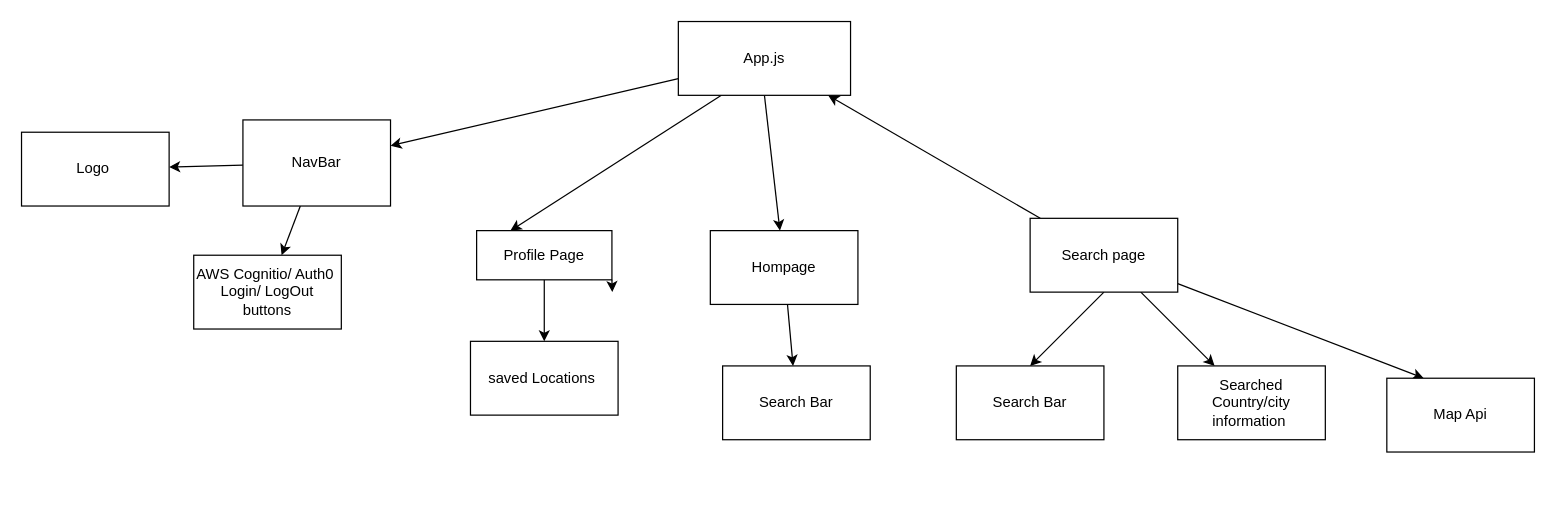
Above: componentTree.drawio in SchoolOfCode/final-project_front-end-jenga (draw.io), before the change. Source tidied: cells renumbered, new cells numbered last; positions are measured from the earlier drawing's top-left corner, leaving out a move shared by most shapes. Both pictures are drawn from the tidied source at 123%, with x=0, y=0 at pixel (21, 21).
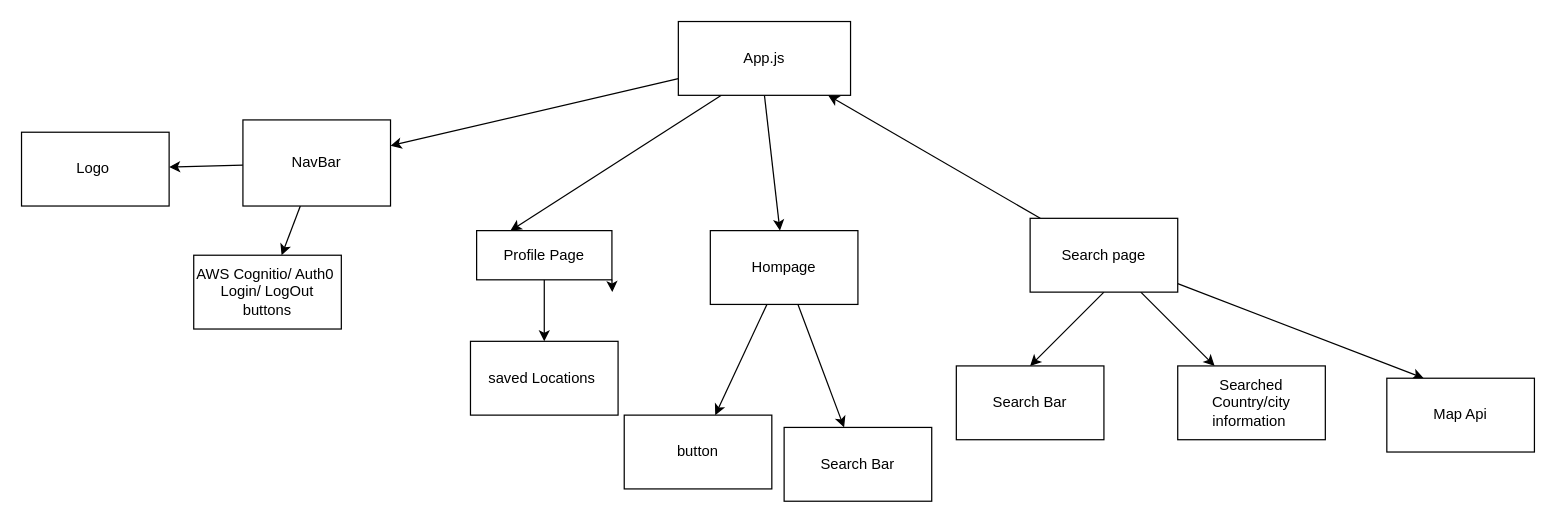
The same diagram, later.

Unchanged cells that the change refers to:
```xml
<mxCell id="18" value="Hompage" style="whiteSpace=wrap;html=1;" parent="1" vertex="1">
  <mxGeometry x="560" y="170" width="120" height="60" as="geometry" />
</mxCell>
```

The edit, as a diff of the source:
```diff
@@
+    <mxCell id="26" style="edgeStyle=none;html=1;" parent="1" edge="1" source="18" target="27">
+      <mxGeometry relative="1" as="geometry" />
+    </mxCell>
@@
     <mxCell id="25" value="Search Bar" style="whiteSpace=wrap;html=1;" parent="1" vertex="1">
-      <mxGeometry x="570" y="280" width="120" height="60" as="geometry" />
+      <mxGeometry x="620" y="330" width="120" height="60" as="geometry" />
     </mxCell>
+    <mxCell id="27" value="button" style="whiteSpace=wrap;html=1;" parent="1" vertex="1">
+      <mxGeometry x="490" y="320" width="120" height="60" as="geometry" />
+    </mxCell>
```
